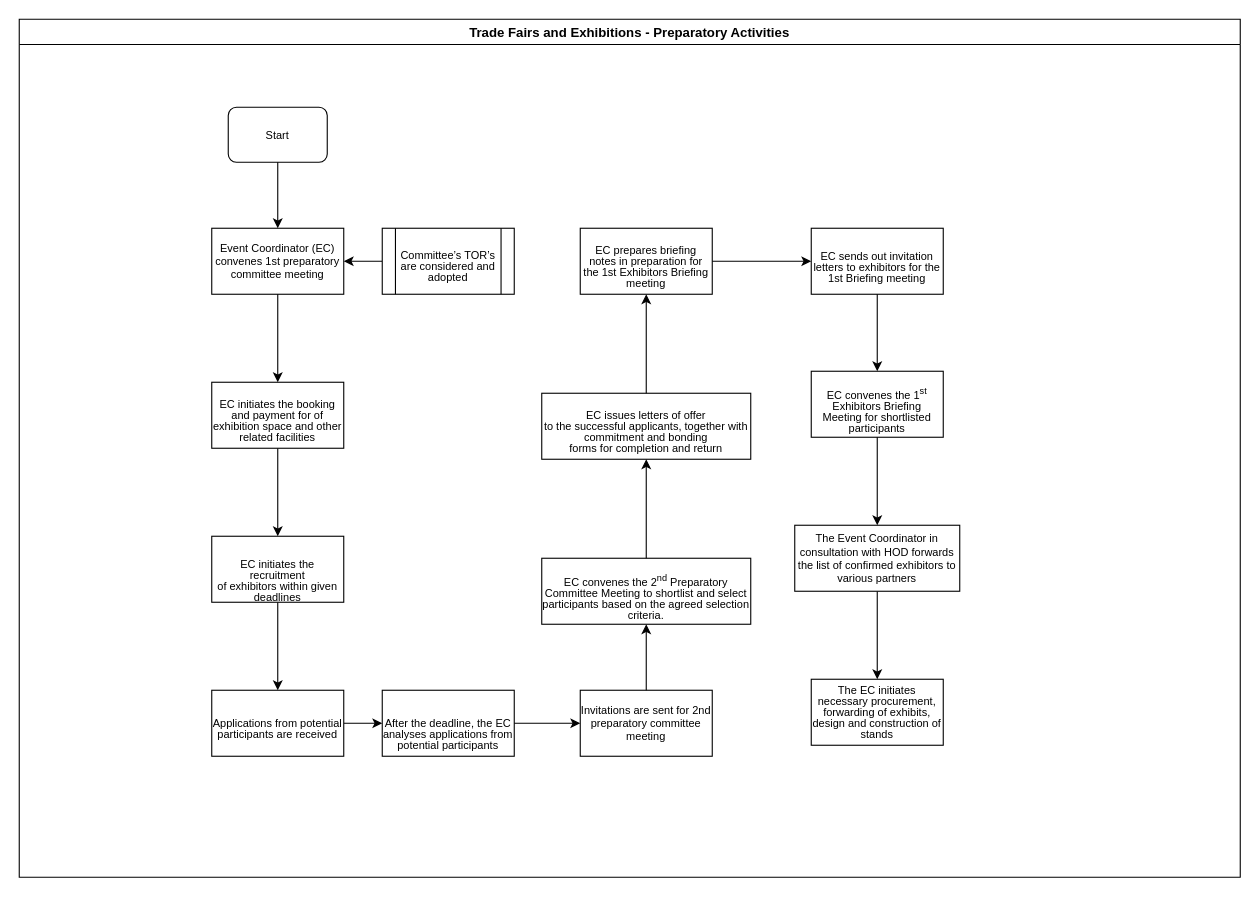
Above: Trade Fair and Exhibitions - Preparatory Activities.drawio in kmagua/flowcharts (draw.io), before the change. Source tidied: cells renumbered, new cells numbered last; positions are measured from the earlier drawing's top-left corner, leaving out a move shared by most shapes. Both pictures are drawn from the tidied source at 110%, with x=0, y=0 at pixel (19, 19).
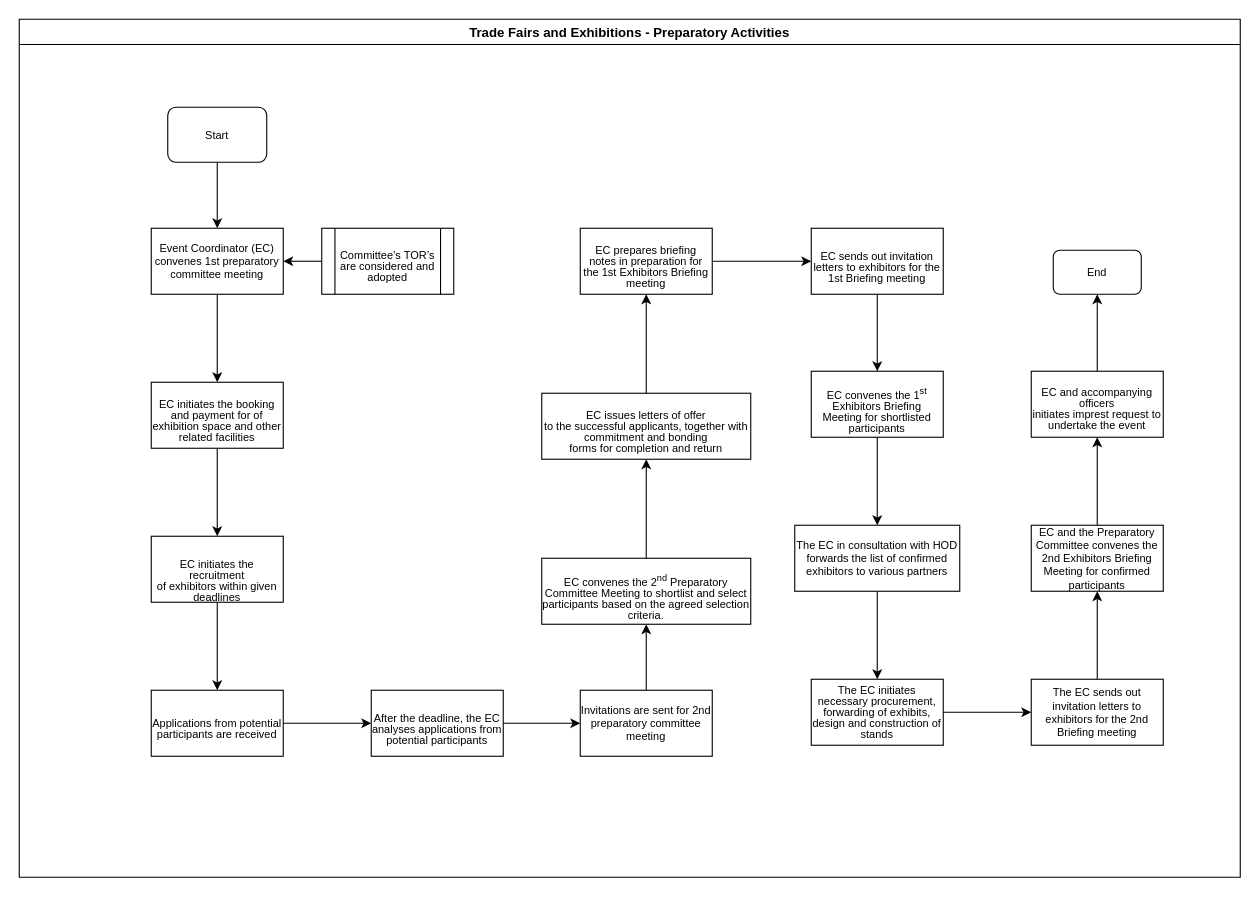
Above is the later version.

The change refers to these unchanged cells:
```xml
<mxCell id="2" value="Trade Fairs and Exhibitions - Preparatory Activities" style="swimlane;" parent="1" vertex="1">
  <mxGeometry width="1110" height="780" as="geometry" />
</mxCell>
<mxCell id="21" value="&lt;p style=&quot;margin-bottom: 0.19in ; line-height: 100% ; font-size: 10px&quot; lang=&quot;en-US&quot;&gt;&lt;br style=&quot;font-size: 10px&quot;&gt;&lt;font style=&quot;font-size: 10px&quot; face=&quot;Times New Roman, serif&quot;&gt;&lt;font style=&quot;font-size: 10px&quot;&gt;&lt;font style=&quot;font-size: 10px&quot; face=&quot;Arial, serif&quot;&gt;&lt;font style=&quot;font-size: 10px&quot;&gt;The EC initiates necessary procurement, forwarding of exhibits, design and construction of stands&lt;/font&gt;&lt;/font&gt;&lt;/font&gt;&lt;/font&gt;&lt;br style=&quot;font-size: 10px&quot;&gt;&lt;/p&gt;" style="whiteSpace=wrap;html=1;rounded=0;fontSize=10;" parent="2" vertex="1">
  <mxGeometry x="720" y="600" width="120" height="60" as="geometry" />
</mxCell>
```

What changed in the source:
```diff
@@
-    <mxCell id="3" value="Start" style="rounded=1;whiteSpace=wrap;html=1;fontSize=10;" parent="2" vertex="1">
-      <mxGeometry x="190" y="80" width="90" height="50" as="geometry" />
-    </mxCell>
-    <mxCell id="4" value="Event Coordinator (EC) convenes 1st preparatory committee meeting" style="rounded=0;whiteSpace=wrap;html=1;fontSize=10;" parent="2" vertex="1">
-      <mxGeometry x="175" y="190" width="120" height="60" as="geometry" />
-    </mxCell>
-    <mxCell id="5" style="edgeStyle=orthogonalEdgeStyle;rounded=0;jettySize=auto;html=1;entryX=0.5;entryY=0;entryDx=0;entryDy=0;" parent="2" edge="1" source="3" target="4">
-      <mxGeometry relative="1" as="geometry" />
-    </mxCell>
-    <mxCell id="6" style="edgeStyle=orthogonalEdgeStyle;rounded=0;jettySize=auto;html=1;fontSize=10;entryX=1;entryY=0.5;entryDx=0;entryDy=0;exitX=0;exitY=0.5;exitDx=0;exitDy=0;" parent="2" edge="1" source="7" target="4">
-      <mxGeometry relative="1" as="geometry" />
-    </mxCell>
-    <mxCell id="7" value="&lt;p style=&quot;margin-bottom: 0in ; line-height: 100%&quot;&gt;&lt;br/&gt;&lt;font face=&quot;Arial, serif&quot;&gt;Committee’s TOR’s are considered and&lt;br/&gt;adopted&lt;/font&gt;&lt;/p&gt;&lt;br/&gt;" style="shape=process;whiteSpace=wrap;html=1;backgroundOutline=1;fontSize=10;" parent="2" vertex="1">
-      <mxGeometry x="330" y="190" width="120" height="60" as="geometry" />
-    </mxCell>
-    <mxCell id="8" value="&lt;p style=&quot;margin-bottom: 0in ; line-height: 100%&quot;&gt;&lt;br&gt;&lt;font face=&quot;Arial, serif&quot;&gt;After the deadline, the EC&lt;br&gt;analyses applications from potential participants&lt;/font&gt;&lt;/p&gt;" style="whiteSpace=wrap;html=1;rounded=0;fontSize=10;" parent="2" vertex="1">
-      <mxGeometry x="330" y="610" width="120" height="60" as="geometry" />
-    </mxCell>
@@
-    <mxCell id="22" style="edgeStyle=orthogonalEdgeStyle;rounded=0;jettySize=auto;html=1;fontSize=10;" parent="1" edge="1" source="23" target="26">
-      <mxGeometry relative="1" as="geometry" />
-    </mxCell>
+    <mxCell id="32" value="End" style="rounded=1;whiteSpace=wrap;html=1;fontSize=10;" parent="2" vertex="1">
+      <mxGeometry x="940" y="210" width="80" height="40" as="geometry" />
+    </mxCell>
+    <mxCell id="3" value="Start" style="rounded=1;whiteSpace=wrap;html=1;fontSize=10;" parent="2" vertex="1">
+      <mxGeometry x="135" y="80" width="90" height="50" as="geometry" />
+    </mxCell>
+    <mxCell id="4" value="Event Coordinator (EC) convenes 1st preparatory committee meeting" style="rounded=0;whiteSpace=wrap;html=1;fontSize=10;" parent="2" vertex="1">
+      <mxGeometry x="120" y="190" width="120" height="60" as="geometry" />
+    </mxCell>
+    <mxCell id="5" style="edgeStyle=orthogonalEdgeStyle;rounded=0;jettySize=auto;html=1;entryX=0.5;entryY=0;entryDx=0;entryDy=0;" parent="2" edge="1" source="3" target="4">
+      <mxGeometry relative="1" as="geometry" />
+    </mxCell>
+    <mxCell id="6" style="edgeStyle=orthogonalEdgeStyle;rounded=0;jettySize=auto;html=1;fontSize=10;entryX=1;entryY=0.5;entryDx=0;entryDy=0;exitX=0;exitY=0.5;exitDx=0;exitDy=0;" parent="2" edge="1" source="7" target="4">
+      <mxGeometry relative="1" as="geometry" />
+    </mxCell>
+    <mxCell id="7" value="&lt;p style=&quot;margin-bottom: 0in ; line-height: 100%&quot;&gt;&lt;br/&gt;&lt;font face=&quot;Arial, serif&quot;&gt;Committee’s TOR’s are considered and&lt;br/&gt;adopted&lt;/font&gt;&lt;/p&gt;&lt;br/&gt;" style="shape=process;whiteSpace=wrap;html=1;backgroundOutline=1;fontSize=10;" parent="2" vertex="1">
+      <mxGeometry x="275" y="190" width="120" height="60" as="geometry" />
+    </mxCell>
+    <mxCell id="8" value="&lt;p style=&quot;margin-bottom: 0in ; line-height: 100%&quot;&gt;&lt;font face=&quot;Arial, serif&quot;&gt;After the deadline, the EC&lt;br&gt;analyses applications from potential participants&lt;/font&gt;&lt;/p&gt;" style="whiteSpace=wrap;html=1;rounded=0;fontSize=10;" parent="2" vertex="1">
+      <mxGeometry x="320" y="610" width="120" height="60" as="geometry" />
+    </mxCell>
-    <mxCell id="23" value="&lt;p style=&quot;margin-bottom: 0in ; line-height: 100%&quot;&gt;&lt;font face=&quot;Arial, serif&quot;&gt;EC initiates the booking and payment for  of exhibition space and other related facilities&lt;/font&gt;&lt;/p&gt;" style="whiteSpace=wrap;html=1;rounded=0;fontSize=10;" parent="1" vertex="1">
-      <mxGeometry x="175" y="330" width="120" height="60" as="geometry" />
+    <mxCell id="23" value="&lt;p style=&quot;margin-bottom: 0in ; line-height: 100%&quot;&gt;&lt;font face=&quot;Arial, serif&quot;&gt;EC initiates the booking and payment for  of exhibition space and other related facilities&lt;/font&gt;&lt;/p&gt;" style="whiteSpace=wrap;html=1;rounded=0;fontSize=10;" parent="2" vertex="1">
+      <mxGeometry x="120" y="330" width="120" height="60" as="geometry" />
     </mxCell>
-    <mxCell id="24" style="edgeStyle=orthogonalEdgeStyle;rounded=0;jettySize=auto;html=1;fontSize=10;" parent="1" edge="1" source="4" target="23">
+    <mxCell id="24" style="edgeStyle=orthogonalEdgeStyle;rounded=0;jettySize=auto;html=1;fontSize=10;" parent="2" edge="1" source="4" target="23">
       <mxGeometry relative="1" as="geometry" />
     </mxCell>
-    <mxCell id="25" style="edgeStyle=orthogonalEdgeStyle;rounded=0;jettySize=auto;html=1;fontSize=10;" parent="1" edge="1" source="26" target="28">
-      <mxGeometry relative="1" as="geometry" />
-    </mxCell>
-    <mxCell id="26" value="&lt;p style=&quot;margin-bottom: 0in ; line-height: 100%&quot;&gt;&lt;br&gt;&lt;font face=&quot;Arial, serif&quot;&gt;EC initiates the recruitment&lt;br&gt;of exhibitors within given deadlines&lt;/font&gt;&lt;/p&gt;" style="whiteSpace=wrap;html=1;rounded=0;fontSize=10;" parent="1" vertex="1">
-      <mxGeometry x="175" y="470" width="120" height="60" as="geometry" />
+    <mxCell id="26" value="&lt;p style=&quot;margin-bottom: 0in ; line-height: 100%&quot;&gt;&lt;br&gt;&lt;font face=&quot;Arial, serif&quot;&gt;EC initiates the recruitment&lt;br&gt;of exhibitors within given deadlines&lt;/font&gt;&lt;/p&gt;" style="whiteSpace=wrap;html=1;rounded=0;fontSize=10;" parent="2" vertex="1">
+      <mxGeometry x="120" y="470" width="120" height="60" as="geometry" />
     </mxCell>
+    <mxCell id="22" style="edgeStyle=orthogonalEdgeStyle;rounded=0;jettySize=auto;html=1;fontSize=10;" parent="2" edge="1" source="23" target="26">
+      <mxGeometry relative="1" as="geometry" />
+    </mxCell>
-    <mxCell id="27" style="edgeStyle=orthogonalEdgeStyle;rounded=0;jettySize=auto;html=1;fontSize=10;" parent="1" edge="1" source="28" target="8">
+    <mxCell id="27" style="edgeStyle=orthogonalEdgeStyle;rounded=0;jettySize=auto;html=1;fontSize=10;" parent="2" edge="1" source="28" target="8">
       <mxGeometry relative="1" as="geometry" />
     </mxCell>
-    <mxCell id="28" value="&lt;p style=&quot;margin-bottom: 0in ; line-height: 100%&quot;&gt;&lt;font face=&quot;Arial, serif&quot;&gt;Applications from potential participants are received&lt;/font&gt;&lt;/p&gt;" style="whiteSpace=wrap;html=1;rounded=0;fontSize=10;" parent="1" vertex="1">
-      <mxGeometry x="175" y="610" width="120" height="60" as="geometry" />
+    <mxCell id="28" value="&lt;p style=&quot;margin-bottom: 0in ; line-height: 100%&quot;&gt;&lt;font face=&quot;Arial, serif&quot;&gt;Applications from potential participants are received&lt;/font&gt;&lt;/p&gt;" style="whiteSpace=wrap;html=1;rounded=0;fontSize=10;" parent="2" vertex="1">
+      <mxGeometry x="120" y="610" width="120" height="60" as="geometry" />
     </mxCell>
+    <mxCell id="25" style="edgeStyle=orthogonalEdgeStyle;rounded=0;jettySize=auto;html=1;fontSize=10;" parent="2" edge="1" source="26" target="28">
+      <mxGeometry relative="1" as="geometry" />
+    </mxCell>
@@
-    <mxCell id="31" value="The Event Coordinator in consultation with HOD forwards the list of confirmed exhibitors to various partners" style="whiteSpace=wrap;html=1;rounded=0;fontSize=10;" parent="1" vertex="1">
+    <mxCell id="31" value="The EC in consultation with HOD forwards the list of confirmed exhibitors to various partners" style="whiteSpace=wrap;html=1;rounded=0;fontSize=10;" parent="1" vertex="1">
       <mxGeometry x="705" y="460" width="150" height="60" as="geometry" />
     </mxCell>
+    <mxCell id="33" style="edgeStyle=orthogonalEdgeStyle;rounded=0;jettySize=auto;html=1;fontSize=10;" parent="1" edge="1" source="34" target="37">
+      <mxGeometry relative="1" as="geometry" />
+    </mxCell>
+    <mxCell id="34" value="The EC sends out invitation letters to exhibitors for the 2nd Briefing meeting" style="whiteSpace=wrap;html=1;rounded=0;fontSize=10;" parent="1" vertex="1">
+      <mxGeometry x="920" y="600" width="120" height="60" as="geometry" />
+    </mxCell>
+    <mxCell id="35" style="edgeStyle=orthogonalEdgeStyle;rounded=0;jettySize=auto;html=1;fontSize=10;" parent="1" edge="1" source="21" target="34">
+      <mxGeometry relative="1" as="geometry" />
+    </mxCell>
+    <mxCell id="36" style="edgeStyle=orthogonalEdgeStyle;rounded=0;jettySize=auto;html=1;fontSize=10;" parent="1" edge="1" source="37" target="39">
+      <mxGeometry relative="1" as="geometry" />
+    </mxCell>
+    <mxCell id="37" value="EC and the Preparatory Committee convenes the 2nd Exhibitors Briefing Meeting for confirmed participants" style="whiteSpace=wrap;html=1;rounded=0;fontSize=10;" parent="1" vertex="1">
+      <mxGeometry x="920" y="460" width="120" height="60" as="geometry" />
+    </mxCell>
+    <mxCell id="38" style="edgeStyle=orthogonalEdgeStyle;rounded=0;jettySize=auto;html=1;fontSize=10;entryX=0.5;entryY=1;entryDx=0;entryDy=0;" parent="1" edge="1" source="39" target="32">
+      <mxGeometry relative="1" as="geometry" />
+    </mxCell>
+    <mxCell id="39" value="&lt;p style=&quot;margin-bottom: 0in ; line-height: 100%&quot;&gt;&lt;br/&gt;&lt;font face=&quot;Arial, serif&quot;&gt;EC and accompanying officers&lt;br/&gt;initiates imprest request to undertake the event&lt;/font&gt;&lt;/p&gt;&lt;br/&gt;" style="whiteSpace=wrap;html=1;rounded=0;fontSize=10;" parent="1" vertex="1">
+      <mxGeometry x="920" y="320" width="120" height="60" as="geometry" />
+    </mxCell>
```
